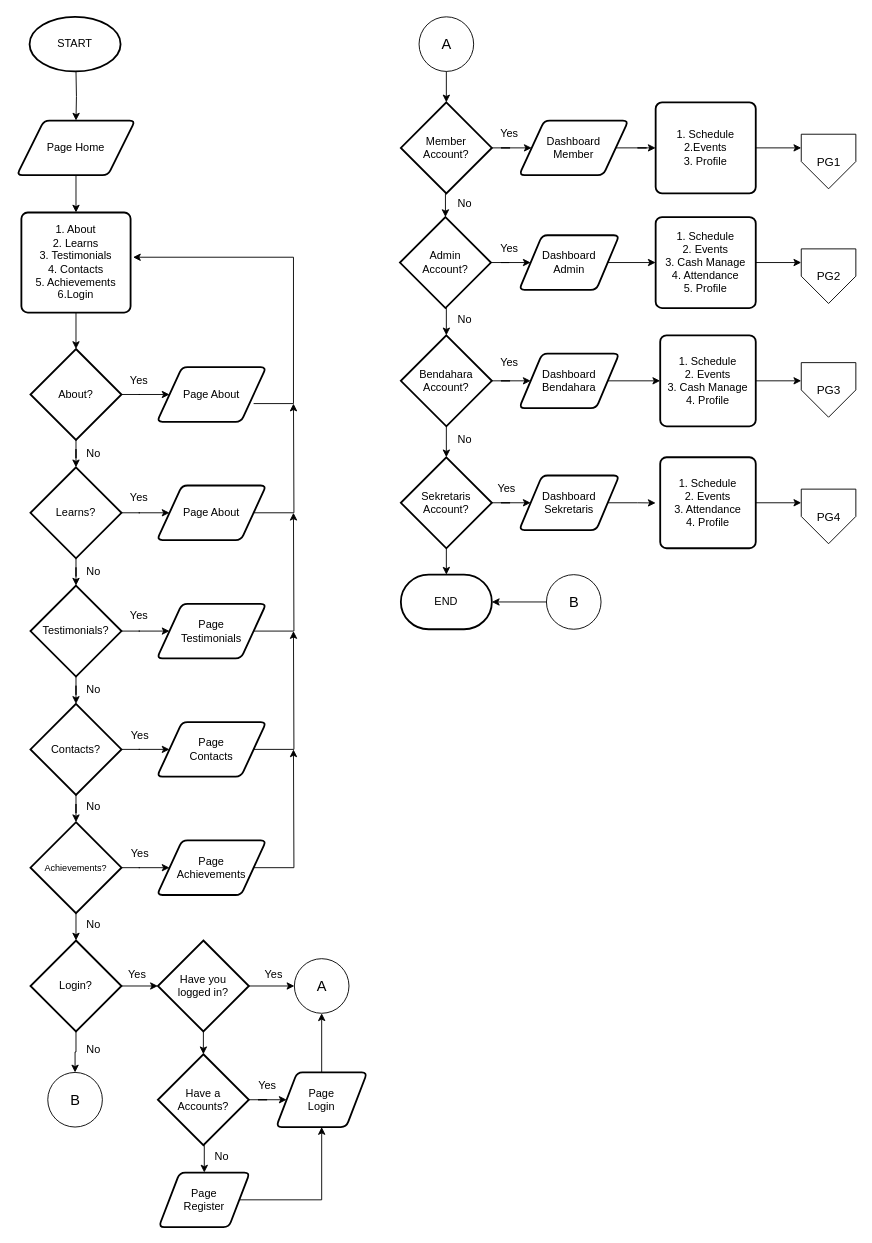
The draw.io diagram Syntax-Web.drawio in dapzz-id/DrawIO, before the edit. Source tidied: cells renumbered, new cells numbered last; positions are measured from the earlier drawing's top-left corner, leaving out a move shared by most shapes. Both pictures are drawn from the tidied source at 91%, with x=0, y=0 at pixel (16, 16).
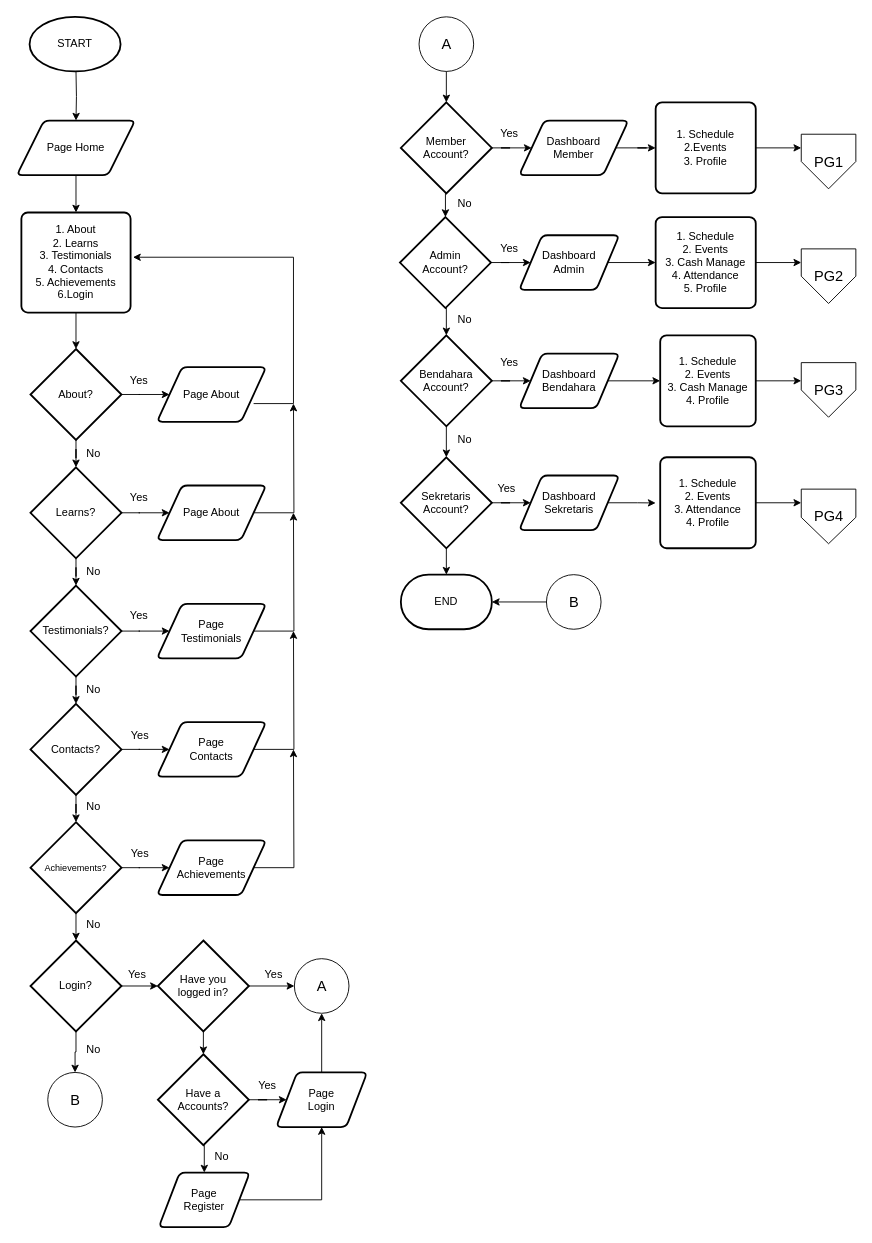
After the change.

Diff of the diagram source:
```diff
@@
-    <mxCell id="102" value="PG1" style="verticalLabelPosition=middle;verticalAlign=middle;html=1;shape=offPageConnector;rounded=0;size=0.5;labelPosition=center;align=center;fontSize=13;" parent="1" vertex="1">
+    <mxCell id="102" value="&lt;font style=&quot;font-size: 16px;&quot;&gt;PG1&lt;/font&gt;" style="verticalLabelPosition=middle;verticalAlign=middle;html=1;shape=offPageConnector;rounded=0;size=0.5;labelPosition=center;align=center;fontSize=13;" parent="1" vertex="1">
       <mxGeometry x="862" y="129" width="60" height="60" as="geometry" />
     </mxCell>
-    <mxCell id="103" value="PG2" style="verticalLabelPosition=middle;verticalAlign=middle;html=1;shape=offPageConnector;rounded=0;size=0.5;labelPosition=center;align=center;fontSize=13;" parent="1" vertex="1">
+    <mxCell id="103" value="&lt;font style=&quot;font-size: 16px;&quot;&gt;PG2&lt;/font&gt;" style="verticalLabelPosition=middle;verticalAlign=middle;html=1;shape=offPageConnector;rounded=0;size=0.5;labelPosition=center;align=center;fontSize=13;" parent="1" vertex="1">
       <mxGeometry x="862" y="255" width="60" height="60" as="geometry" />
     </mxCell>
-    <mxCell id="104" value="PG3" style="verticalLabelPosition=middle;verticalAlign=middle;html=1;shape=offPageConnector;rounded=0;size=0.5;labelPosition=center;align=center;fontSize=13;" parent="1" vertex="1">
+    <mxCell id="104" value="&lt;font style=&quot;font-size: 16px;&quot;&gt;PG3&lt;/font&gt;" style="verticalLabelPosition=middle;verticalAlign=middle;html=1;shape=offPageConnector;rounded=0;size=0.5000000000000019;labelPosition=center;align=center;fontSize=13;" parent="1" vertex="1">
       <mxGeometry x="862" y="380" width="60" height="60" as="geometry" />
     </mxCell>
-    <mxCell id="105" value="PG4" style="verticalLabelPosition=middle;verticalAlign=middle;html=1;shape=offPageConnector;rounded=0;size=0.5;labelPosition=center;align=center;fontSize=13;" parent="1" vertex="1">
+    <mxCell id="105" value="&lt;font style=&quot;font-size: 16px;&quot;&gt;PG4&lt;/font&gt;" style="verticalLabelPosition=middle;verticalAlign=middle;html=1;shape=offPageConnector;rounded=0;size=0.48333333333333334;labelPosition=center;align=center;fontSize=13;" parent="1" vertex="1">
       <mxGeometry x="862" y="519" width="60" height="60" as="geometry" />
     </mxCell>
```
